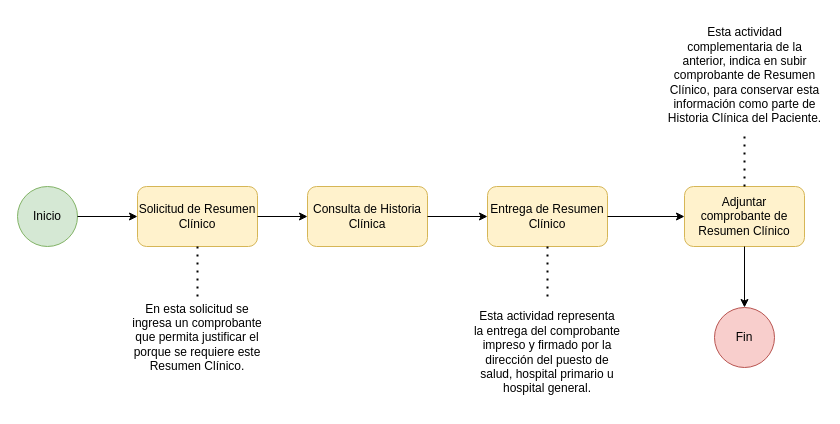
The draw.io diagram page "Diagrama de Solicitud Resumen Clinico" (7 of 7) of Untitled Diagram.drawio in marguello86/Equipo1_MINSA, before the edit. Source tidied: cells renumbered, new cells numbered last; positions are measured from the earlier drawing's top-left corner, leaving out a move shared by most shapes. Both pictures are drawn from the tidied source at 100%, with x=0, y=0 at pixel (17, 17).
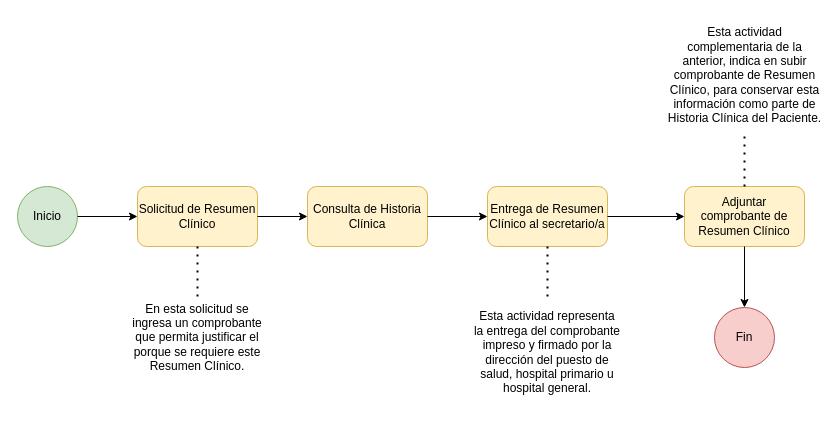
Above is the later version.

Diff of the diagram source:
```diff
@@
 <mxGraphModel>
   <root>
     <mxCell id="0" />
     <mxCell id="1" parent="0" />
     <mxCell id="2" value="Inicio" style="ellipse;whiteSpace=wrap;html=1;fillColor=#d5e8d4;strokeColor=#82b366;" parent="1" vertex="1">
       <mxGeometry y="169" width="60" height="60" as="geometry" />
     </mxCell>
     <mxCell id="3" value="Solicitud de Resumen Clínico" style="rounded=1;whiteSpace=wrap;html=1;fillColor=#fff2cc;strokeColor=#d6b656;" parent="1" vertex="1">
       <mxGeometry x="120" y="169" width="120" height="60" as="geometry" />
     </mxCell>
     <mxCell id="4" style="endArrow=classic;html=1;rounded=0;entryX=0;entryY=0.5;entryDx=0;entryDy=0;" parent="1" edge="1" source="2" target="3">
       <mxGeometry relative="1" as="geometry" />
     </mxCell>
     <mxCell id="5" value="Consulta de Historia Clínica" style="rounded=1;whiteSpace=wrap;html=1;fillColor=#fff2cc;strokeColor=#d6b656;" parent="1" vertex="1">
       <mxGeometry x="290" y="169" width="120" height="60" as="geometry" />
     </mxCell>
     <mxCell id="6" style="endArrow=classic;html=1;rounded=0;exitX=1;exitY=0.5;exitDx=0;exitDy=0;" parent="1" edge="1" source="3" target="5">
       <mxGeometry relative="1" as="geometry" />
     </mxCell>
-    <mxCell id="7" value="Entrega de Resumen Clínico" style="rounded=1;whiteSpace=wrap;html=1;fillColor=#fff2cc;strokeColor=#d6b656;" parent="1" vertex="1">
+    <mxCell id="7" value="Entrega de Resumen Clínico al secretario/a" style="rounded=1;whiteSpace=wrap;html=1;fillColor=#fff2cc;strokeColor=#d6b656;" parent="1" vertex="1">
       <mxGeometry x="470" y="169" width="120" height="60" as="geometry" />
     </mxCell>
     <mxCell id="8" style="endArrow=classic;html=1;rounded=0;exitX=1;exitY=0.5;exitDx=0;exitDy=0;" parent="1" edge="1" source="5" target="7">
       <mxGeometry relative="1" as="geometry" />
     </mxCell>
     <mxCell id="9" value="En esta solicitud se ingresa un comprobante que permita justificar el porque se requiere este Resumen Clínico." style="text;html=1;strokeColor=none;fillColor=none;align=center;verticalAlign=middle;whiteSpace=wrap;rounded=0;" parent="1" vertex="1">
       <mxGeometry x="110" y="280" width="140" height="80" as="geometry" />
     </mxCell>
     <mxCell id="10" style="endArrow=none;dashed=1;html=1;dashPattern=1 3;strokeWidth=2;rounded=0;exitX=0.5;exitY=1;exitDx=0;exitDy=0;" parent="1" edge="1" source="3" target="9">
       <mxGeometry relative="1" as="geometry" />
     </mxCell>
     <mxCell id="11" value="Esta actividad representa la entrega del comprobante impreso y firmado por la dirección del puesto de salud, hospital primario u hospital general." style="text;html=1;strokeColor=none;fillColor=none;align=center;verticalAlign=middle;whiteSpace=wrap;rounded=0;" parent="1" vertex="1">
       <mxGeometry x="455" y="280" width="150" height="110" as="geometry" />
     </mxCell>
     <mxCell id="12" style="endArrow=none;dashed=1;html=1;dashPattern=1 3;strokeWidth=2;rounded=0;exitX=0.5;exitY=1;exitDx=0;exitDy=0;" parent="1" edge="1" source="7" target="11">
       <mxGeometry relative="1" as="geometry" />
     </mxCell>
     <mxCell id="13" value="Adjuntar comprobante de Resumen Clínico" style="rounded=1;whiteSpace=wrap;html=1;fillColor=#fff2cc;strokeColor=#d6b656;" parent="1" vertex="1">
       <mxGeometry x="667" y="169" width="120" height="60" as="geometry" />
     </mxCell>
     <mxCell id="14" style="endArrow=classic;html=1;rounded=0;exitX=1;exitY=0.5;exitDx=0;exitDy=0;" parent="1" edge="1" source="7" target="13">
       <mxGeometry relative="1" as="geometry" />
     </mxCell>
     <mxCell id="15" value="Esta actividad complementaria de la anterior, indica en subir comprobante de Resumen Clínico, para conservar esta información como parte de Historia Clínica del Paciente." style="text;html=1;strokeColor=none;fillColor=none;align=center;verticalAlign=middle;whiteSpace=wrap;rounded=0;" parent="1" vertex="1">
       <mxGeometry x="648.5" width="157" height="115" as="geometry" />
     </mxCell>
     <mxCell id="16" style="endArrow=none;dashed=1;html=1;dashPattern=1 3;strokeWidth=2;rounded=0;exitX=0.5;exitY=0;exitDx=0;exitDy=0;" parent="1" edge="1" source="13" target="15">
       <mxGeometry relative="1" as="geometry" />
     </mxCell>
     <mxCell id="17" value="Fin" style="ellipse;whiteSpace=wrap;html=1;fillColor=#f8cecc;strokeColor=#b85450;" parent="1" vertex="1">
       <mxGeometry x="697" y="290" width="60" height="60" as="geometry" />
     </mxCell>
     <mxCell id="18" style="endArrow=classic;html=1;rounded=0;exitX=0.5;exitY=1;exitDx=0;exitDy=0;" parent="1" edge="1" source="13" target="17">
       <mxGeometry relative="1" as="geometry" />
     </mxCell>
   </root>
 </mxGraphModel>
```
